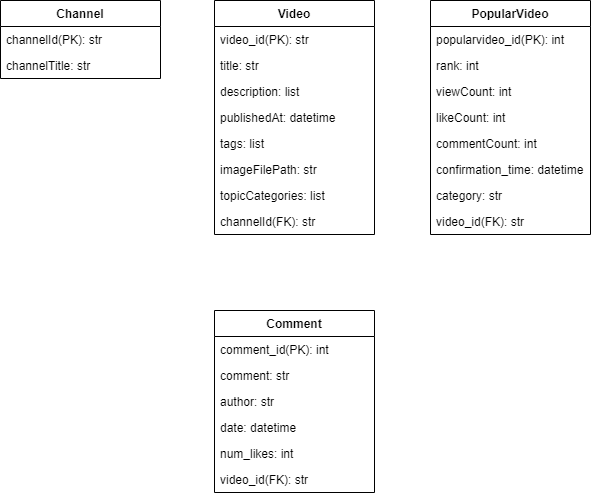
The draw.io diagram youtube_crawler_schema.png in oodeng98/Youtube_crawler, before a commit. Source tidied: cells renumbered, new cells last; positions are measured from the earlier drawing's top-left corner, leaving out a move shared by most shapes. Its diagram source:
```xml
<mxGraphModel>
  <root>
    <mxCell id="0" />
    <mxCell id="1" parent="0" />
    <mxCell id="2" value="Video" style="swimlane;fontStyle=1;align=center;verticalAlign=top;horizontal=1;startSize=26;" parent="1" vertex="1">
      <mxGeometry x="214" width="160" height="234" as="geometry" />
    </mxCell>
    <mxCell id="3" value="video_id(PK): str" style="text;strokeColor=none;fillColor=none;align=left;verticalAlign=top;spacingLeft=4;spacingRight=4;overflow=hidden;" parent="2" vertex="1">
      <mxGeometry y="26" width="160" height="26" as="geometry" />
    </mxCell>
    <mxCell id="4" value="title: str" style="text;strokeColor=none;fillColor=none;align=left;verticalAlign=top;spacingLeft=4;spacingRight=4;overflow=hidden;" parent="2" vertex="1">
      <mxGeometry y="52" width="160" height="26" as="geometry" />
    </mxCell>
    <mxCell id="5" value="description: list" style="text;strokeColor=none;fillColor=none;align=left;verticalAlign=top;spacingLeft=4;spacingRight=4;overflow=hidden;" parent="2" vertex="1">
      <mxGeometry y="78" width="160" height="26" as="geometry" />
    </mxCell>
    <mxCell id="6" value="publishedAt: datetime" style="text;strokeColor=none;fillColor=none;align=left;verticalAlign=top;spacingLeft=4;spacingRight=4;overflow=hidden;" parent="2" vertex="1">
      <mxGeometry y="104" width="160" height="26" as="geometry" />
    </mxCell>
    <mxCell id="7" value="tags: list" style="text;strokeColor=none;fillColor=none;align=left;verticalAlign=top;spacingLeft=4;spacingRight=4;overflow=hidden;" parent="2" vertex="1">
      <mxGeometry y="130" width="160" height="26" as="geometry" />
    </mxCell>
    <mxCell id="8" value="imageFilePath: str" style="text;strokeColor=none;fillColor=none;align=left;verticalAlign=top;spacingLeft=4;spacingRight=4;overflow=hidden;" parent="2" vertex="1">
      <mxGeometry y="156" width="160" height="26" as="geometry" />
    </mxCell>
    <mxCell id="9" value="topicCategories: list" style="text;strokeColor=none;fillColor=none;align=left;verticalAlign=top;spacingLeft=4;spacingRight=4;overflow=hidden;" parent="2" vertex="1">
      <mxGeometry y="182" width="160" height="26" as="geometry" />
    </mxCell>
    <mxCell id="10" value="channelId(FK): str" style="text;strokeColor=none;fillColor=none;align=left;verticalAlign=top;spacingLeft=4;spacingRight=4;overflow=hidden;" parent="2" vertex="1">
      <mxGeometry y="208" width="160" height="26" as="geometry" />
    </mxCell>
    <mxCell id="11" value="Channel" style="swimlane;fontStyle=1;align=center;verticalAlign=top;horizontal=1;startSize=26;" parent="1" vertex="1">
      <mxGeometry width="160" height="78" as="geometry" />
    </mxCell>
    <mxCell id="12" value="channelId(PK): str" style="text;strokeColor=none;fillColor=none;align=left;verticalAlign=top;spacingLeft=4;spacingRight=4;overflow=hidden;" parent="11" vertex="1">
      <mxGeometry y="26" width="160" height="26" as="geometry" />
    </mxCell>
    <mxCell id="13" value="channelTitle: str" style="text;strokeColor=none;fillColor=none;align=left;verticalAlign=top;spacingLeft=4;spacingRight=4;overflow=hidden;" parent="11" vertex="1">
      <mxGeometry y="52" width="160" height="26" as="geometry" />
    </mxCell>
    <mxCell id="14" value="PopularVideo" style="swimlane;fontStyle=1;align=center;verticalAlign=top;horizontal=1;startSize=26;" parent="1" vertex="1">
      <mxGeometry x="430" width="160" height="234" as="geometry" />
    </mxCell>
    <mxCell id="15" value="popularvideo_id(PK): int" style="text;strokeColor=none;fillColor=none;align=left;verticalAlign=top;spacingLeft=4;spacingRight=4;overflow=hidden;" parent="14" vertex="1">
      <mxGeometry y="26" width="160" height="26" as="geometry" />
    </mxCell>
    <mxCell id="16" value="rank: int" style="text;strokeColor=none;fillColor=none;align=left;verticalAlign=top;spacingLeft=4;spacingRight=4;overflow=hidden;" parent="14" vertex="1">
      <mxGeometry y="52" width="160" height="26" as="geometry" />
    </mxCell>
    <mxCell id="17" value="viewCount: int" style="text;strokeColor=none;fillColor=none;align=left;verticalAlign=top;spacingLeft=4;spacingRight=4;overflow=hidden;" parent="14" vertex="1">
      <mxGeometry y="78" width="160" height="26" as="geometry" />
    </mxCell>
    <mxCell id="18" value="likeCount: int" style="text;strokeColor=none;fillColor=none;align=left;verticalAlign=top;spacingLeft=4;spacingRight=4;overflow=hidden;" parent="14" vertex="1">
      <mxGeometry y="104" width="160" height="26" as="geometry" />
    </mxCell>
    <mxCell id="19" value="commentCount: int" style="text;strokeColor=none;fillColor=none;align=left;verticalAlign=top;spacingLeft=4;spacingRight=4;overflow=hidden;" parent="14" vertex="1">
      <mxGeometry y="130" width="160" height="26" as="geometry" />
    </mxCell>
    <mxCell id="20" value="confirmation_time: datetime" style="text;strokeColor=none;fillColor=none;align=left;verticalAlign=top;spacingLeft=4;spacingRight=4;overflow=hidden;" parent="14" vertex="1">
      <mxGeometry y="156" width="160" height="26" as="geometry" />
    </mxCell>
    <mxCell id="21" value="category: str" style="text;strokeColor=none;fillColor=none;align=left;verticalAlign=top;spacingLeft=4;spacingRight=4;overflow=hidden;" parent="14" vertex="1">
      <mxGeometry y="182" width="160" height="26" as="geometry" />
    </mxCell>
    <mxCell id="22" value="video_id(FK): str" style="text;strokeColor=none;fillColor=none;align=left;verticalAlign=top;spacingLeft=4;spacingRight=4;overflow=hidden;" parent="14" vertex="1">
      <mxGeometry y="208" width="160" height="26" as="geometry" />
    </mxCell>
    <mxCell id="23" value="Comment" style="swimlane;fontStyle=1;align=center;verticalAlign=top;horizontal=1;startSize=26;" parent="1" vertex="1">
      <mxGeometry x="214" y="310" width="160" height="182" as="geometry" />
    </mxCell>
    <mxCell id="24" value="comment_id(PK): int" style="text;strokeColor=none;fillColor=none;align=left;verticalAlign=top;spacingLeft=4;spacingRight=4;overflow=hidden;" parent="23" vertex="1">
      <mxGeometry y="26" width="160" height="26" as="geometry" />
    </mxCell>
    <mxCell id="25" value="comment: str" style="text;strokeColor=none;fillColor=none;align=left;verticalAlign=top;spacingLeft=4;spacingRight=4;overflow=hidden;" parent="23" vertex="1">
      <mxGeometry y="52" width="160" height="26" as="geometry" />
    </mxCell>
    <mxCell id="26" value="author: str" style="text;strokeColor=none;fillColor=none;align=left;verticalAlign=top;spacingLeft=4;spacingRight=4;overflow=hidden;" parent="23" vertex="1">
      <mxGeometry y="78" width="160" height="26" as="geometry" />
    </mxCell>
    <mxCell id="27" value="date: datetime" style="text;strokeColor=none;fillColor=none;align=left;verticalAlign=top;spacingLeft=4;spacingRight=4;overflow=hidden;" parent="23" vertex="1">
      <mxGeometry y="104" width="160" height="26" as="geometry" />
    </mxCell>
    <mxCell id="28" value="num_likes: int" style="text;strokeColor=none;fillColor=none;align=left;verticalAlign=top;spacingLeft=4;spacingRight=4;overflow=hidden;" parent="23" vertex="1">
      <mxGeometry y="130" width="160" height="26" as="geometry" />
    </mxCell>
    <mxCell id="29" value="video_id(FK): str" style="text;strokeColor=none;fillColor=none;align=left;verticalAlign=top;spacingLeft=4;spacingRight=4;overflow=hidden;" parent="23" vertex="1">
      <mxGeometry y="156" width="160" height="26" as="geometry" />
    </mxCell>
  </root>
</mxGraphModel>
```
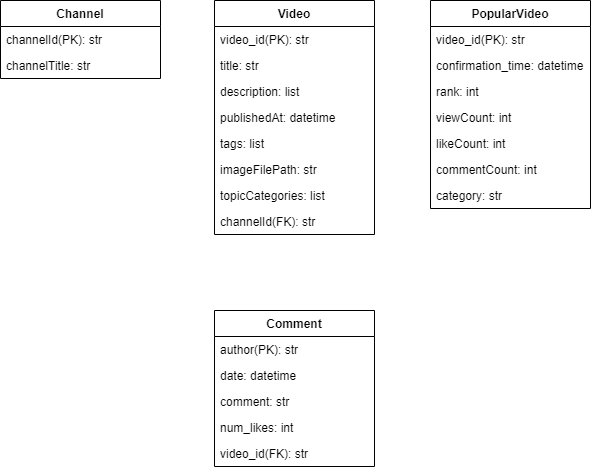
The same file after the commit.

What changed in the source:
```diff
@@ -39,52 +39,46 @@
       <mxGeometry y="52" width="160" height="26" as="geometry" />
     </mxCell>
     <mxCell id="14" value="PopularVideo" style="swimlane;fontStyle=1;align=center;verticalAlign=top;horizontal=1;startSize=26;" parent="1" vertex="1">
-      <mxGeometry x="430" width="160" height="234" as="geometry" />
+      <mxGeometry x="430" width="160" height="208" as="geometry" />
     </mxCell>
-    <mxCell id="15" value="popularvideo_id(PK): int" style="text;strokeColor=none;fillColor=none;align=left;verticalAlign=top;spacingLeft=4;spacingRight=4;overflow=hidden;" parent="14" vertex="1">
-      <mxGeometry y="26" width="160" height="26" as="geometry" />
-    </mxCell>
+    <mxCell id="22" value="video_id(PK): str" style="text;strokeColor=none;fillColor=none;align=left;verticalAlign=top;spacingLeft=4;spacingRight=4;overflow=hidden;" parent="14" vertex="1">
+      <mxGeometry y="26" width="160" height="26" as="geometry" />
+    </mxCell>
+    <mxCell id="20" value="confirmation_time: datetime" style="text;strokeColor=none;fillColor=none;align=left;verticalAlign=top;spacingLeft=4;spacingRight=4;overflow=hidden;" parent="14" vertex="1">
+      <mxGeometry y="52" width="160" height="26" as="geometry" />
+    </mxCell>
     <mxCell id="16" value="rank: int" style="text;strokeColor=none;fillColor=none;align=left;verticalAlign=top;spacingLeft=4;spacingRight=4;overflow=hidden;" parent="14" vertex="1">
-      <mxGeometry y="52" width="160" height="26" as="geometry" />
+      <mxGeometry y="78" width="160" height="26" as="geometry" />
     </mxCell>
     <mxCell id="17" value="viewCount: int" style="text;strokeColor=none;fillColor=none;align=left;verticalAlign=top;spacingLeft=4;spacingRight=4;overflow=hidden;" parent="14" vertex="1">
-      <mxGeometry y="78" width="160" height="26" as="geometry" />
+      <mxGeometry y="104" width="160" height="26" as="geometry" />
     </mxCell>
     <mxCell id="18" value="likeCount: int" style="text;strokeColor=none;fillColor=none;align=left;verticalAlign=top;spacingLeft=4;spacingRight=4;overflow=hidden;" parent="14" vertex="1">
-      <mxGeometry y="104" width="160" height="26" as="geometry" />
+      <mxGeometry y="130" width="160" height="26" as="geometry" />
     </mxCell>
     <mxCell id="19" value="commentCount: int" style="text;strokeColor=none;fillColor=none;align=left;verticalAlign=top;spacingLeft=4;spacingRight=4;overflow=hidden;" parent="14" vertex="1">
-      <mxGeometry y="130" width="160" height="26" as="geometry" />
+      <mxGeometry y="156" width="160" height="26" as="geometry" />
     </mxCell>
-    <mxCell id="20" value="confirmation_time: datetime" style="text;strokeColor=none;fillColor=none;align=left;verticalAlign=top;spacingLeft=4;spacingRight=4;overflow=hidden;" parent="14" vertex="1">
-      <mxGeometry y="156" width="160" height="26" as="geometry" />
-    </mxCell>
     <mxCell id="21" value="category: str" style="text;strokeColor=none;fillColor=none;align=left;verticalAlign=top;spacingLeft=4;spacingRight=4;overflow=hidden;" parent="14" vertex="1">
       <mxGeometry y="182" width="160" height="26" as="geometry" />
     </mxCell>
-    <mxCell id="22" value="video_id(FK): str" style="text;strokeColor=none;fillColor=none;align=left;verticalAlign=top;spacingLeft=4;spacingRight=4;overflow=hidden;" parent="14" vertex="1">
-      <mxGeometry y="208" width="160" height="26" as="geometry" />
-    </mxCell>
     <mxCell id="23" value="Comment" style="swimlane;fontStyle=1;align=center;verticalAlign=top;horizontal=1;startSize=26;" parent="1" vertex="1">
-      <mxGeometry x="214" y="310" width="160" height="182" as="geometry" />
+      <mxGeometry x="214" y="310" width="160" height="156" as="geometry" />
     </mxCell>
-    <mxCell id="24" value="comment_id(PK): int" style="text;strokeColor=none;fillColor=none;align=left;verticalAlign=top;spacingLeft=4;spacingRight=4;overflow=hidden;" parent="23" vertex="1">
-      <mxGeometry y="26" width="160" height="26" as="geometry" />
-    </mxCell>
-    <mxCell id="25" value="comment: str" style="text;strokeColor=none;fillColor=none;align=left;verticalAlign=top;spacingLeft=4;spacingRight=4;overflow=hidden;" parent="23" vertex="1">
-      <mxGeometry y="52" width="160" height="26" as="geometry" />
-    </mxCell>
-    <mxCell id="26" value="author: str" style="text;strokeColor=none;fillColor=none;align=left;verticalAlign=top;spacingLeft=4;spacingRight=4;overflow=hidden;" parent="23" vertex="1">
-      <mxGeometry y="78" width="160" height="26" as="geometry" />
+    <mxCell id="26" value="author(PK): str" style="text;strokeColor=none;fillColor=none;align=left;verticalAlign=top;spacingLeft=4;spacingRight=4;overflow=hidden;" parent="23" vertex="1">
+      <mxGeometry y="26" width="160" height="26" as="geometry" />
     </mxCell>
     <mxCell id="27" value="date: datetime" style="text;strokeColor=none;fillColor=none;align=left;verticalAlign=top;spacingLeft=4;spacingRight=4;overflow=hidden;" parent="23" vertex="1">
-      <mxGeometry y="104" width="160" height="26" as="geometry" />
+      <mxGeometry y="52" width="160" height="26" as="geometry" />
     </mxCell>
+    <mxCell id="25" value="comment: str" style="text;strokeColor=none;fillColor=none;align=left;verticalAlign=top;spacingLeft=4;spacingRight=4;overflow=hidden;" parent="23" vertex="1">
+      <mxGeometry y="78" width="160" height="26" as="geometry" />
+    </mxCell>
     <mxCell id="28" value="num_likes: int" style="text;strokeColor=none;fillColor=none;align=left;verticalAlign=top;spacingLeft=4;spacingRight=4;overflow=hidden;" parent="23" vertex="1">
-      <mxGeometry y="130" width="160" height="26" as="geometry" />
+      <mxGeometry y="104" width="160" height="26" as="geometry" />
     </mxCell>
     <mxCell id="29" value="video_id(FK): str" style="text;strokeColor=none;fillColor=none;align=left;verticalAlign=top;spacingLeft=4;spacingRight=4;overflow=hidden;" parent="23" vertex="1">
-      <mxGeometry y="156" width="160" height="26" as="geometry" />
+      <mxGeometry y="130" width="160" height="26" as="geometry" />
     </mxCell>
   </root>
 </mxGraphModel>
```
